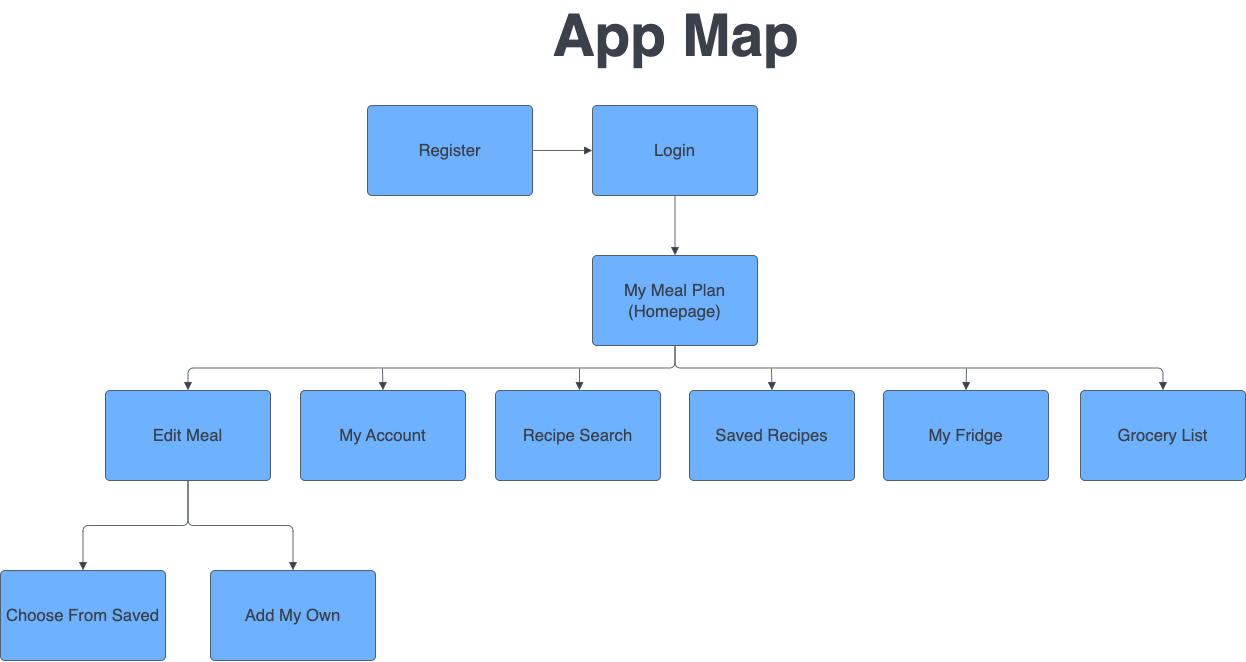
Before: ux-design/AppMap.png, a diagram exported from draw.io (agiledev-students-spring2023/final-project-mealspot). Source tidied: cells renumbered, new cells last; positions are measured from the earlier drawing's top-left corner, leaving out a move shared by most shapes.
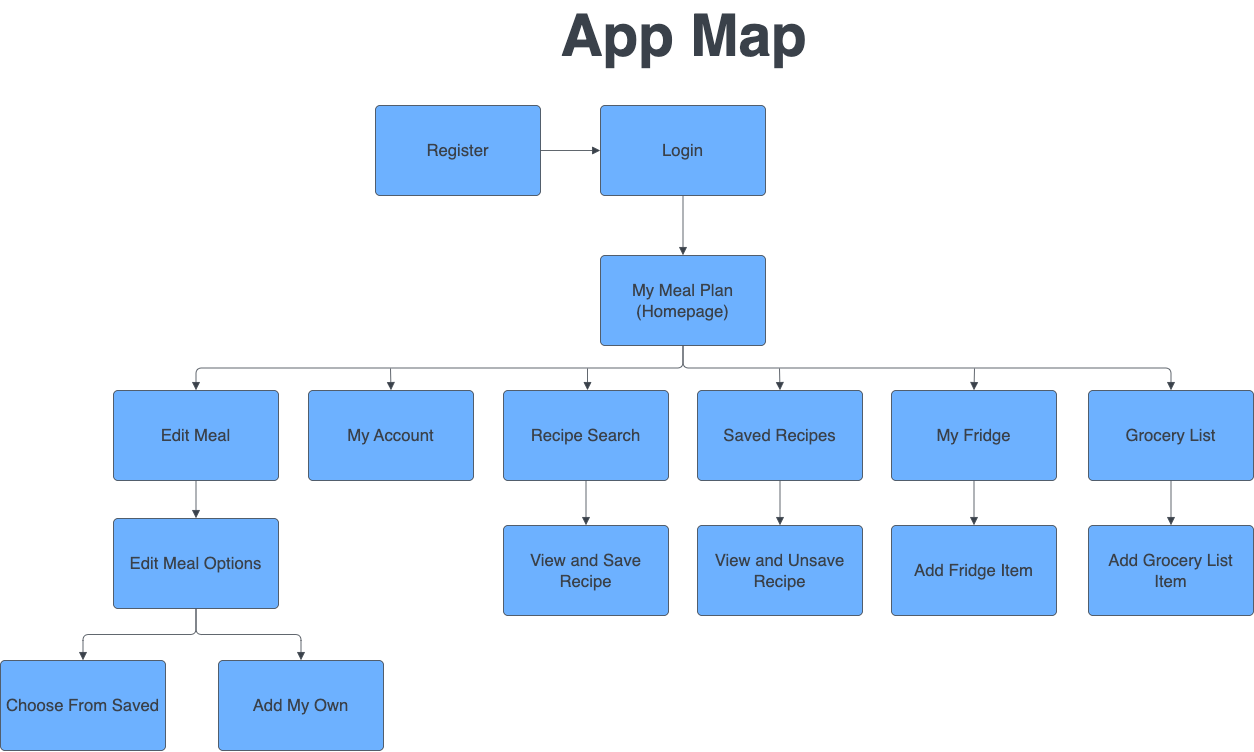
Above is the later version.

Commit message:
Added new app map

The edit, as a diff of the source:
```diff
@@ -18,25 +18,25 @@
       <mxGeometry relative="1" as="geometry" />
     </mxCell>
     <mxCell id="7" value="Choose From Saved" style="html=1;overflow=block;blockSpacing=1;whiteSpace=wrap;fontSize=16.7;fontColor=#3a414a;spacing=3.8;strokeColor=#3a414a;strokeOpacity=100;fillOpacity=100;rounded=1;absoluteArcSize=1;arcSize=9;fillColor=#6db1ff;strokeWidth=0.8;lucidId=fM.yvMY-tuTI;" parent="1" vertex="1">
-      <mxGeometry y="570" width="165" height="90" as="geometry" />
+      <mxGeometry x="-8" y="660" width="165" height="90" as="geometry" />
     </mxCell>
     <mxCell id="8" value="Add My Own" style="html=1;overflow=block;blockSpacing=1;whiteSpace=wrap;fontSize=16.7;fontColor=#3a414a;spacing=3.8;strokeColor=#3a414a;strokeOpacity=100;fillOpacity=100;rounded=1;absoluteArcSize=1;arcSize=9;fillColor=#6db1ff;strokeWidth=0.8;lucidId=mM.yX-7evmpL;" parent="1" vertex="1">
-      <mxGeometry x="210" y="570" width="165" height="90" as="geometry" />
+      <mxGeometry x="210" y="660" width="165" height="90" as="geometry" />
     </mxCell>
-    <mxCell id="9" style="html=1;jettySize=18;whiteSpace=wrap;fontSize=13;strokeColor=#3a414a;strokeOpacity=100;strokeWidth=0.8;rounded=1;arcSize=12;edgeStyle=orthogonalEdgeStyle;startArrow=none;endArrow=block;endFill=1;exitX=0.5;exitY=1.004;exitPerimeter=0;entryX=0.5;entryY=-0.004;entryPerimeter=0;lucidId=_P.yurAGfV3H;" parent="1" edge="1" source="5" target="7">
-      <mxGeometry relative="1" as="geometry" />
-    </mxCell>
-    <mxCell id="10" style="html=1;jettySize=18;whiteSpace=wrap;fontSize=13;strokeColor=#3a414a;strokeOpacity=100;strokeWidth=0.8;rounded=1;arcSize=12;edgeStyle=orthogonalEdgeStyle;startArrow=none;endArrow=block;endFill=1;exitX=0.5;exitY=1.004;exitPerimeter=0;entryX=0.5;entryY=-0.004;entryPerimeter=0;lucidId=JQ.yAXoub2bA;" parent="1" edge="1" source="5" target="8">
-      <mxGeometry relative="1" as="geometry" />
-    </mxCell>
+    <mxCell id="24" style="html=1;jettySize=18;whiteSpace=wrap;fontSize=13;strokeColor=#3a414a;strokeOpacity=100;strokeWidth=0.8;rounded=1;arcSize=12;edgeStyle=orthogonalEdgeStyle;startArrow=none;endArrow=block;endFill=1;exitX=0.5;exitY=1.004;exitPerimeter=0;entryX=0.5;entryY=-0.004;entryPerimeter=0;lucidId=_P.yurAGfV3H;" parent="1" edge="1" source="32" target="7">
+      <mxGeometry relative="1" as="geometry" />
+    </mxCell>
+    <mxCell id="25" style="html=1;jettySize=18;whiteSpace=wrap;fontSize=13;strokeColor=#3a414a;strokeOpacity=100;strokeWidth=0.8;rounded=1;arcSize=12;edgeStyle=orthogonalEdgeStyle;startArrow=none;endArrow=block;endFill=1;exitX=0.5;exitY=1.004;exitPerimeter=0;entryX=0.5;entryY=-0.004;entryPerimeter=0;lucidId=JQ.yAXoub2bA;" parent="1" edge="1" source="32" target="8">
+      <mxGeometry relative="1" as="geometry" />
+    </mxCell>
     <mxCell id="11" value="My Account" style="html=1;overflow=block;blockSpacing=1;whiteSpace=wrap;fontSize=16.7;fontColor=#3a414a;spacing=3.8;strokeColor=#3a414a;strokeOpacity=100;fillOpacity=100;rounded=1;absoluteArcSize=1;arcSize=9;fillColor=#6db1ff;strokeWidth=0.8;lucidId=A1.ygFDTbXAS;" parent="1" vertex="1">
       <mxGeometry x="300" y="390" width="165" height="90" as="geometry" />
     </mxCell>
-    <mxCell id="12" style="html=1;jettySize=18;whiteSpace=wrap;fontSize=13;strokeColor=#3a414a;strokeOpacity=100;strokeWidth=0.8;rounded=1;arcSize=12;edgeStyle=orthogonalEdgeStyle;startArrow=none;endArrow=block;endFill=1;entryX=0.5;entryY=-0.004;entryPerimeter=0;lucidId=l4.yf20e-uGm;" parent="1" edge="1" target="11">
-      <mxGeometry relative="1" as="geometry">
-        <mxPoint x="382" y="368" as="sourcePoint" />
-      </mxGeometry>
-    </mxCell>
+    <mxCell id="26" style="html=1;jettySize=18;whiteSpace=wrap;fontSize=13;strokeColor=#3a414a;strokeOpacity=100;strokeWidth=0.8;rounded=1;arcSize=12;edgeStyle=orthogonalEdgeStyle;startArrow=none;endArrow=block;endFill=1;entryX=0.5;entryY=-0.004;entryPerimeter=0;lucidId=l4.yf20e-uGm;" parent="1" edge="1" target="11">
+      <mxGeometry relative="1" as="geometry">
+        <mxPoint x="382" y="368" as="sourcePoint" />
+      </mxGeometry>
+    </mxCell>
     <mxCell id="13" style="html=1;jettySize=18;whiteSpace=wrap;fontSize=13;strokeColor=#3a414a;strokeOpacity=100;strokeWidth=0.8;rounded=1;arcSize=12;edgeStyle=orthogonalEdgeStyle;startArrow=none;endArrow=block;endFill=1;exitX=0.5;exitY=1.004;exitPerimeter=0;entryX=0.5;entryY=-0.004;entryPerimeter=0;lucidId=P4.yDfggjBlA;" parent="1" edge="1" source="4" target="18">
       <mxGeometry relative="1" as="geometry" />
     </mxCell>
@@ -46,35 +46,65 @@
     <mxCell id="15" value="Saved Recipes" style="html=1;overflow=block;blockSpacing=1;whiteSpace=wrap;fontSize=16.7;fontColor=#3a414a;spacing=3.8;strokeColor=#3a414a;strokeOpacity=100;fillOpacity=100;rounded=1;absoluteArcSize=1;arcSize=9;fillColor=#6db1ff;strokeWidth=0.8;lucidId=14.yqBdIObtq;" parent="1" vertex="1">
       <mxGeometry x="689" y="390" width="165" height="90" as="geometry" />
     </mxCell>
-    <mxCell id="16" style="html=1;jettySize=18;whiteSpace=wrap;fontSize=13;strokeColor=#3a414a;strokeOpacity=100;strokeWidth=0.8;rounded=1;arcSize=12;edgeStyle=orthogonalEdgeStyle;startArrow=none;endArrow=block;endFill=1;entryX=0.509;entryY=-0.004;entryPerimeter=0;lucidId=5-.yk_m46F-s;" parent="1" edge="1" target="14">
-      <mxGeometry relative="1" as="geometry">
-        <mxPoint x="579" y="368" as="sourcePoint" />
-      </mxGeometry>
-    </mxCell>
+    <mxCell id="27" style="html=1;jettySize=18;whiteSpace=wrap;fontSize=13;strokeColor=#3a414a;strokeOpacity=100;strokeWidth=0.8;rounded=1;arcSize=12;edgeStyle=orthogonalEdgeStyle;startArrow=none;endArrow=block;endFill=1;entryX=0.509;entryY=-0.004;entryPerimeter=0;lucidId=5-.yk_m46F-s;" parent="1" edge="1" target="14">
+      <mxGeometry relative="1" as="geometry">
+        <mxPoint x="579" y="368" as="sourcePoint" />
+      </mxGeometry>
+    </mxCell>
     <mxCell id="17" value="My Fridge" style="html=1;overflow=block;blockSpacing=1;whiteSpace=wrap;fontSize=16.7;fontColor=#3a414a;spacing=3.8;strokeColor=#3a414a;strokeOpacity=100;fillOpacity=100;rounded=1;absoluteArcSize=1;arcSize=9;fillColor=#6db1ff;strokeWidth=0.8;lucidId=B_.ydslctm2q;" parent="1" vertex="1">
       <mxGeometry x="883" y="390" width="165" height="90" as="geometry" />
     </mxCell>
     <mxCell id="18" value="Grocery List" style="html=1;overflow=block;blockSpacing=1;whiteSpace=wrap;fontSize=16.7;fontColor=#3a414a;spacing=3.8;strokeColor=#3a414a;strokeOpacity=100;fillOpacity=100;rounded=1;absoluteArcSize=1;arcSize=9;fillColor=#6db1ff;strokeWidth=0.8;lucidId=I_.yVRmIwkYL;" parent="1" vertex="1">
       <mxGeometry x="1080" y="390" width="165" height="90" as="geometry" />
     </mxCell>
-    <mxCell id="19" style="html=1;jettySize=18;whiteSpace=wrap;fontSize=13;strokeColor=#3a414a;strokeOpacity=100;strokeWidth=0.8;rounded=1;arcSize=12;edgeStyle=orthogonalEdgeStyle;startArrow=none;endArrow=block;endFill=1;entryX=0.5;entryY=-0.004;entryPerimeter=0;lucidId=w~.yXdzN4ZxD;" parent="1" edge="1" target="17">
-      <mxGeometry relative="1" as="geometry">
-        <mxPoint x="966" y="368" as="sourcePoint" />
-      </mxGeometry>
-    </mxCell>
+    <mxCell id="28" style="html=1;jettySize=18;whiteSpace=wrap;fontSize=13;strokeColor=#3a414a;strokeOpacity=100;strokeWidth=0.8;rounded=1;arcSize=12;edgeStyle=orthogonalEdgeStyle;startArrow=none;endArrow=block;endFill=1;entryX=0.5;entryY=-0.004;entryPerimeter=0;lucidId=w~.yXdzN4ZxD;" parent="1" edge="1" target="17">
+      <mxGeometry relative="1" as="geometry">
+        <mxPoint x="966" y="368" as="sourcePoint" />
+      </mxGeometry>
+    </mxCell>
     <mxCell id="20" value="Login" style="html=1;overflow=block;blockSpacing=1;whiteSpace=wrap;fontSize=16.7;fontColor=#3a414a;spacing=3.8;strokeColor=#3a414a;strokeOpacity=100;fillOpacity=100;rounded=1;absoluteArcSize=1;arcSize=9;fillColor=#6db1ff;strokeWidth=0.8;lucidId=Gd~yALrK~1pC;" parent="1" vertex="1">
       <mxGeometry x="592" y="105" width="165" height="90" as="geometry" />
     </mxCell>
     <mxCell id="21" style="html=1;jettySize=18;whiteSpace=wrap;fontSize=13;strokeColor=#3a414a;strokeOpacity=100;strokeWidth=0.8;rounded=1;arcSize=12;edgeStyle=orthogonalEdgeStyle;startArrow=none;endArrow=block;endFill=1;exitX=0.5;exitY=1.004;exitPerimeter=0;entryX=0.5;entryY=-0.004;entryPerimeter=0;lucidId=Pd~ySuTU_qXO;" parent="1" edge="1" source="20" target="4">
       <mxGeometry relative="1" as="geometry" />
     </mxCell>
-    <mxCell id="22" style="html=1;jettySize=18;whiteSpace=wrap;fontSize=13;strokeColor=#3a414a;strokeOpacity=100;strokeWidth=0.8;rounded=1;arcSize=12;edgeStyle=orthogonalEdgeStyle;startArrow=none;endArrow=block;endFill=1;entryX=0.5;entryY=-0.004;entryPerimeter=0;lucidId=Kh~ysw~TjTws;" parent="1" edge="1" target="15">
-      <mxGeometry relative="1" as="geometry">
-        <mxPoint x="771" y="368" as="sourcePoint" />
-      </mxGeometry>
-    </mxCell>
+    <mxCell id="29" style="html=1;jettySize=18;whiteSpace=wrap;fontSize=13;strokeColor=#3a414a;strokeOpacity=100;strokeWidth=0.8;rounded=1;arcSize=12;edgeStyle=orthogonalEdgeStyle;startArrow=none;endArrow=block;endFill=1;entryX=0.5;entryY=-0.004;entryPerimeter=0;lucidId=Kh~ysw~TjTws;" parent="1" edge="1" target="15">
+      <mxGeometry relative="1" as="geometry">
+        <mxPoint x="771" y="368" as="sourcePoint" />
+      </mxGeometry>
+    </mxCell>
     <mxCell id="23" style="html=1;jettySize=18;whiteSpace=wrap;fontSize=13;strokeColor=#3a414a;strokeOpacity=100;strokeWidth=0.8;rounded=1;arcSize=12;edgeStyle=orthogonalEdgeStyle;startArrow=none;endArrow=block;endFill=1;exitX=1.002;exitY=0.5;exitPerimeter=0;entryX=-0.002;entryY=0.5;entryPerimeter=0;lucidId=ei~y4QSGVabK;" parent="1" edge="1" source="3" target="20">
       <mxGeometry relative="1" as="geometry" />
     </mxCell>
+    <mxCell id="30" value="Add Fridge Item" style="html=1;overflow=block;blockSpacing=1;whiteSpace=wrap;fontSize=16.7;fontColor=#3a414a;spacing=3.8;strokeColor=#3a414a;strokeOpacity=100;fillOpacity=100;rounded=1;absoluteArcSize=1;arcSize=9;fillColor=#6db1ff;strokeWidth=0.8;lucidId=HIrzeR6eiisF;" parent="1" vertex="1">
+      <mxGeometry x="883" y="525" width="165" height="90" as="geometry" />
+    </mxCell>
+    <mxCell id="31" style="html=1;jettySize=18;whiteSpace=wrap;fontSize=13;strokeColor=#3a414a;strokeOpacity=100;strokeWidth=0.8;rounded=1;arcSize=12;edgeStyle=orthogonalEdgeStyle;startArrow=none;endArrow=block;endFill=1;exitX=0.5;exitY=1.004;exitPerimeter=0;entryX=0.5;entryY=-0.004;entryPerimeter=0;lucidId=9Irz70r5VkR.;" parent="1" edge="1" source="17" target="30">
+      <mxGeometry relative="1" as="geometry" />
+    </mxCell>
+    <mxCell id="32" value="Edit Meal Options" style="html=1;overflow=block;blockSpacing=1;whiteSpace=wrap;fontSize=16.7;fontColor=#3a414a;spacing=3.8;strokeColor=#3a414a;strokeOpacity=100;fillOpacity=100;rounded=1;absoluteArcSize=1;arcSize=9;fillColor=#6db1ff;strokeWidth=0.8;lucidId=4JrzoKT1WMLa;" parent="1" vertex="1">
+      <mxGeometry x="105" y="518" width="165" height="90" as="geometry" />
+    </mxCell>
+    <mxCell id="33" style="html=1;jettySize=18;whiteSpace=wrap;fontSize=13;strokeColor=#3a414a;strokeOpacity=100;strokeWidth=0.8;rounded=1;arcSize=12;edgeStyle=orthogonalEdgeStyle;startArrow=none;endArrow=block;endFill=1;exitX=0.5;exitY=1.004;exitPerimeter=0;entryX=0.5;entryY=-0.004;entryPerimeter=0;lucidId=mKrzumz-sfDX;" parent="1" edge="1" source="5" target="32">
+      <mxGeometry relative="1" as="geometry" />
+    </mxCell>
+    <mxCell id="34" value="View and Save Recipe" style="html=1;overflow=block;blockSpacing=1;whiteSpace=wrap;fontSize=16.7;fontColor=#3a414a;spacing=3.8;strokeColor=#3a414a;strokeOpacity=100;fillOpacity=100;rounded=1;absoluteArcSize=1;arcSize=9;fillColor=#6db1ff;strokeWidth=0.8;lucidId=~KrzsJInws2r;" parent="1" vertex="1">
+      <mxGeometry x="495" y="525" width="165" height="90" as="geometry" />
+    </mxCell>
+    <mxCell id="35" style="html=1;jettySize=18;whiteSpace=wrap;fontSize=13;strokeColor=#3a414a;strokeOpacity=100;strokeWidth=0.8;rounded=1;arcSize=12;edgeStyle=orthogonalEdgeStyle;startArrow=none;endArrow=block;endFill=1;exitX=0.5;exitY=1.004;exitPerimeter=0;entryX=0.5;entryY=-0.004;entryPerimeter=0;lucidId=gLrz30_UyYU8;" parent="1" edge="1" source="14" target="34">
+      <mxGeometry relative="1" as="geometry" />
+    </mxCell>
+    <mxCell id="36" value="View and Unsave Recipe" style="html=1;overflow=block;blockSpacing=1;whiteSpace=wrap;fontSize=16.7;fontColor=#3a414a;spacing=3.8;strokeColor=#3a414a;strokeOpacity=100;fillOpacity=100;rounded=1;absoluteArcSize=1;arcSize=9;fillColor=#6db1ff;strokeWidth=0.8;lucidId=wLrzV5Tram~T;" parent="1" vertex="1">
+      <mxGeometry x="689" y="525" width="165" height="90" as="geometry" />
+    </mxCell>
+    <mxCell id="37" style="html=1;jettySize=18;whiteSpace=wrap;fontSize=13;strokeColor=#3a414a;strokeOpacity=100;strokeWidth=0.8;rounded=1;arcSize=12;edgeStyle=orthogonalEdgeStyle;startArrow=none;endArrow=block;endFill=1;exitX=0.5;exitY=1.004;exitPerimeter=0;entryX=0.5;entryY=-0.004;entryPerimeter=0;lucidId=CLrzbzUr~3Jr;" parent="1" edge="1" source="15" target="36">
+      <mxGeometry relative="1" as="geometry" />
+    </mxCell>
+    <mxCell id="38" value="Add Grocery List Item" style="html=1;overflow=block;blockSpacing=1;whiteSpace=wrap;fontSize=16.7;fontColor=#3a414a;spacing=3.8;strokeColor=#3a414a;strokeOpacity=100;fillOpacity=100;rounded=1;absoluteArcSize=1;arcSize=9;fillColor=#6db1ff;strokeWidth=0.8;lucidId=cMrzz_TZ6c3S;" parent="1" vertex="1">
+      <mxGeometry x="1080" y="525" width="165" height="90" as="geometry" />
+    </mxCell>
+    <mxCell id="39" style="html=1;jettySize=18;whiteSpace=wrap;fontSize=13;strokeColor=#3a414a;strokeOpacity=100;strokeWidth=0.8;rounded=1;arcSize=12;edgeStyle=orthogonalEdgeStyle;startArrow=none;endArrow=block;endFill=1;exitX=0.5;exitY=1.004;exitPerimeter=0;entryX=0.5;entryY=-0.004;entryPerimeter=0;lucidId=qMrzsFvR9svU;" parent="1" edge="1" source="18" target="38">
+      <mxGeometry relative="1" as="geometry" />
+    </mxCell>
   </root>
 </mxGraphModel>
```
